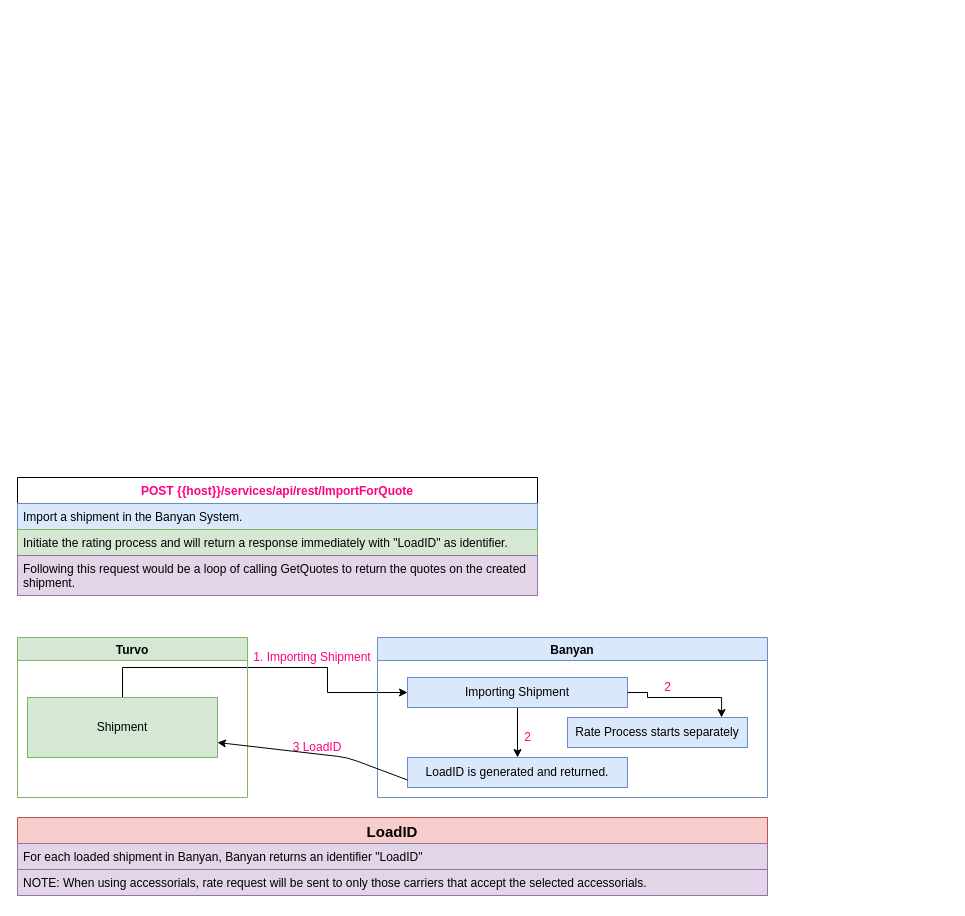
The draw.io diagram page "01. /services/api/rest/ImportForQuote" (1 of 4) of Documents.drawio in jatinbansalprogrammer/Banyan, before the edit. Source tidied: cells renumbered, new cells numbered last; positions are measured from the earlier drawing's top-left corner, leaving out a move shared by most shapes. Both pictures are drawn from the tidied source at 100%, with x=0, y=0 at pixel (17, 477).
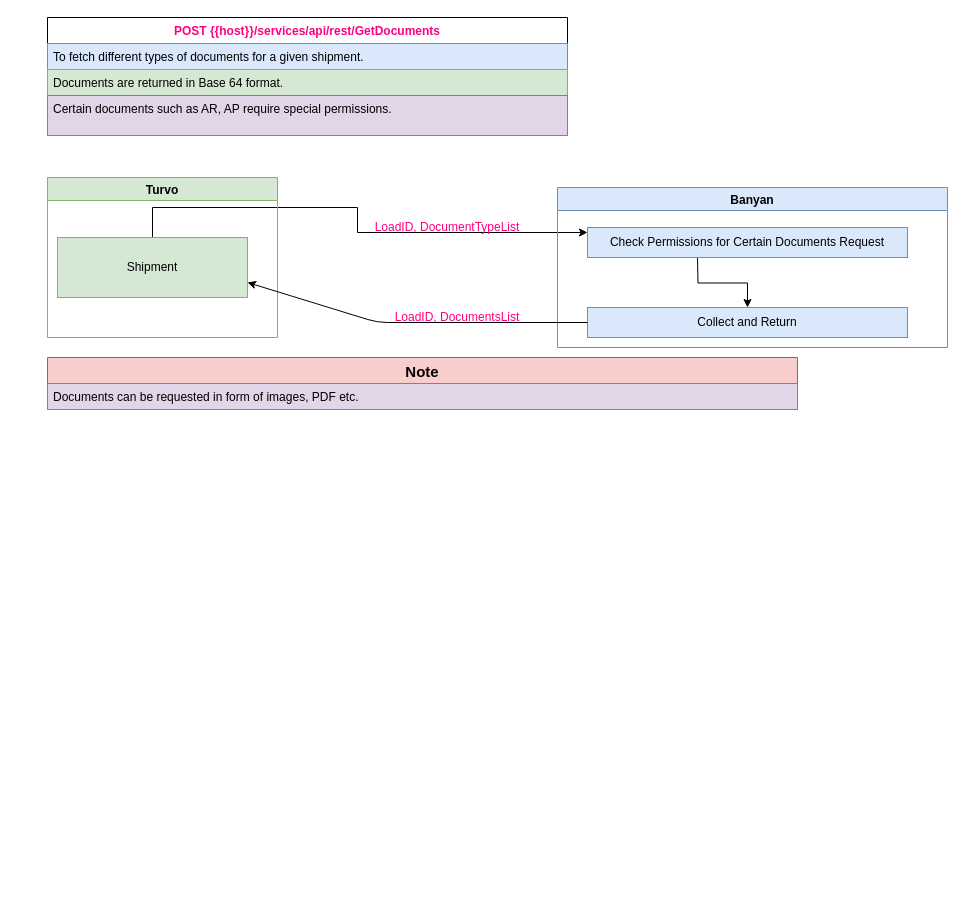
The same page after the edit.

Unchanged cells that the change refers to:
```xml
<mxCell id="21" value="Shipment" style="rounded=0;whiteSpace=wrap;html=1;fillColor=#d5e8d4;strokeColor=#82b366;" parent="20" vertex="1">
  <mxGeometry x="10" y="60" width="190" height="60" as="geometry" />
</mxCell>
```

The edit, as a diff of the source:
```diff
@@
-    <mxCell id="2" value="POST {{host}}/services/api/rest/ImportForQuote" style="swimlane;fontStyle=1;horizontal=1;startSize=26;fontColor=#FF0080;" parent="1" vertex="1">
-      <mxGeometry width="520" height="118" as="geometry" />
+    <mxCell id="2" value="POST {{host}}/services/api/rest/GetDocuments" style="swimlane;fontStyle=1;horizontal=1;startSize=26;fontColor=#FF0080;" parent="1" vertex="1">
+      <mxGeometry x="30" y="-460" width="520" height="118" as="geometry" />
     </mxCell>
-    <mxCell id="3" value="Import a shipment in the Banyan System." style="text;strokeColor=#6c8ebf;fillColor=#dae8fc;align=left;verticalAlign=top;spacingLeft=4;spacingRight=4;overflow=hidden;" parent="2" vertex="1">
+    <mxCell id="3" value="To fetch different types of documents for a given shipment." style="text;strokeColor=#6c8ebf;fillColor=#dae8fc;align=left;verticalAlign=top;spacingLeft=4;spacingRight=4;overflow=hidden;" parent="2" vertex="1">
       <mxGeometry y="26" width="520" height="26" as="geometry" />
     </mxCell>
-    <mxCell id="4" value="Initiate the rating process and will return a response immediately with &quot;LoadID&quot; as identifier." style="text;strokeColor=#82b366;fillColor=#d5e8d4;align=left;verticalAlign=top;spacingLeft=4;spacingRight=4;overflow=hidden;" parent="2" vertex="1">
+    <mxCell id="4" value="Documents are returned in Base 64 format." style="text;strokeColor=#82b366;fillColor=#d5e8d4;align=left;verticalAlign=top;spacingLeft=4;spacingRight=4;overflow=hidden;" parent="2" vertex="1">
       <mxGeometry y="52" width="520" height="26" as="geometry" />
     </mxCell>
-    <mxCell id="5" value="Following this request would be a loop of calling GetQuotes to return the quotes on the created shipment." style="text;strokeColor=#9673a6;fillColor=#e1d5e7;align=left;verticalAlign=top;spacingLeft=4;spacingRight=4;overflow=hidden;whiteSpace=wrap;" parent="2" vertex="1">
+    <mxCell id="5" value="Certain documents such as AR, AP require special permissions." style="text;strokeColor=#9673a6;fillColor=#e1d5e7;align=left;verticalAlign=top;spacingLeft=4;spacingRight=4;overflow=hidden;whiteSpace=wrap;" parent="2" vertex="1">
       <mxGeometry y="78" width="520" height="40" as="geometry" />
     </mxCell>
-    <mxCell id="6" style="edgeStyle=orthogonalEdgeStyle;rounded=0;jettySize=auto;html=1;" parent="1" edge="1" source="21" target="10">
+    <mxCell id="6" style="edgeStyle=orthogonalEdgeStyle;rounded=0;jettySize=auto;html=1;" parent="1" edge="1" source="21">
       <mxGeometry relative="1" as="geometry">
+        <mxPoint x="570" y="-245" as="targetPoint" />
         <Array as="points">
-          <mxPoint x="310" y="190" />
-          <mxPoint x="310" y="215" />
+          <mxPoint x="340" y="-270" />
+          <mxPoint x="340" y="-245" />
         </Array>
       </mxGeometry>
     </mxCell>
-    <mxCell id="7" value="1. Importing Shipment" style="text;html=1;strokeColor=none;fillColor=none;align=center;verticalAlign=middle;whiteSpace=wrap;rounded=0;fontColor=#FF0080;" parent="1" vertex="1">
-      <mxGeometry x="230" y="170" width="130" height="20" as="geometry" />
+    <mxCell id="7" value="LoadID, DocumentTypeList" style="text;html=1;strokeColor=none;fillColor=none;align=center;verticalAlign=middle;whiteSpace=wrap;rounded=0;fontColor=#FF0080;" parent="1" vertex="1">
+      <mxGeometry x="310" y="-260" width="240" height="20" as="geometry" />
     </mxCell>
     <mxCell id="8" value="Banyan" style="swimlane;startSize=23;fillColor=#dae8fc;strokeColor=#6c8ebf;labelBackgroundColor=none;" parent="1" vertex="1">
-      <mxGeometry x="360" y="160" width="390" height="160" as="geometry" />
+      <mxGeometry x="540" y="-290" width="390" height="160" as="geometry" />
     </mxCell>
-    <mxCell id="9" style="edgeStyle=orthogonalEdgeStyle;rounded=0;jettySize=auto;html=1;entryX=0.5;entryY=0;entryDx=0;entryDy=0;" parent="8" edge="1" source="10" target="11">
-      <mxGeometry relative="1" as="geometry" />
+    <mxCell id="9" style="edgeStyle=orthogonalEdgeStyle;rounded=0;jettySize=auto;html=1;entryX=0.5;entryY=0;entryDx=0;entryDy=0;" parent="8" edge="1" target="11">
+      <mxGeometry relative="1" as="geometry">
+        <mxPoint x="140" y="70" as="sourcePoint" />
+      </mxGeometry>
     </mxCell>
-    <mxCell id="10" value="Importing Shipment" style="rounded=0;whiteSpace=wrap;html=1;fillColor=#dae8fc;strokeColor=#6c8ebf;" parent="8" vertex="1">
-      <mxGeometry x="30" y="40" width="220" height="30" as="geometry" />
-    </mxCell>
-    <mxCell id="11" value="LoadID is generated and returned." style="rounded=0;whiteSpace=wrap;html=1;fillColor=#dae8fc;strokeColor=#6c8ebf;" parent="8" vertex="1">
-      <mxGeometry x="30" y="120" width="220" height="30" as="geometry" />
+    <mxCell id="11" value="Collect and Return" style="rounded=0;whiteSpace=wrap;html=1;fillColor=#dae8fc;strokeColor=#6c8ebf;" parent="8" vertex="1">
+      <mxGeometry x="30" y="120" width="320" height="30" as="geometry" />
     </mxCell>
-    <mxCell id="12" value="&lt;font color=&quot;#ff0080&quot;&gt;2&lt;/font&gt;" style="text;html=1;align=center;verticalAlign=middle;strokeColor=none;" parent="8" vertex="1">
-      <mxGeometry x="140" y="90" width="20" height="20" as="geometry" />
-    </mxCell>
-    <mxCell id="13" value="Rate Process starts separately" style="rounded=0;whiteSpace=wrap;html=1;fillColor=#dae8fc;strokeColor=#6c8ebf;" parent="1" vertex="1">
-      <mxGeometry x="550" y="240" width="180" height="30" as="geometry" />
+    <mxCell id="13" value="Check Permissions for Certain Documents Request" style="rounded=0;whiteSpace=wrap;html=1;fillColor=#dae8fc;strokeColor=#6c8ebf;" parent="8" vertex="1">
+      <mxGeometry x="30" y="40" width="320" height="30" as="geometry" />
     </mxCell>
-    <mxCell id="14" style="edgeStyle=orthogonalEdgeStyle;rounded=0;jettySize=auto;html=1;entryX=0.856;entryY=0;entryDx=0;entryDy=0;entryPerimeter=0;" parent="1" edge="1" source="10" target="13">
-      <mxGeometry relative="1" as="geometry">
-        <Array as="points">
-          <mxPoint x="630" y="215" />
-          <mxPoint x="630" y="220" />
-          <mxPoint x="704" y="220" />
-        </Array>
-      </mxGeometry>
-    </mxCell>
-    <mxCell id="15" value="3 LoadID" style="text;html=1;strokeColor=none;fillColor=none;align=center;verticalAlign=middle;whiteSpace=wrap;rounded=0;fontColor=#FF0080;" parent="1" vertex="1">
-      <mxGeometry x="240" y="260" width="120" height="20" as="geometry" />
+    <mxCell id="15" value="LoadID, DocumentsList" style="text;html=1;strokeColor=none;fillColor=none;align=center;verticalAlign=middle;whiteSpace=wrap;rounded=0;fontColor=#FF0080;" parent="1" vertex="1">
+      <mxGeometry x="350" y="-170" width="180" height="20" as="geometry" />
     </mxCell>
-    <mxCell id="16" value="&lt;font color=&quot;#ff0080&quot;&gt;2&lt;/font&gt;" style="text;html=1;align=center;verticalAlign=middle;strokeColor=none;" parent="1" vertex="1">
-      <mxGeometry x="640" y="200" width="20" height="20" as="geometry" />
-    </mxCell>
-    <mxCell id="17" value="LoadID" style="swimlane;fontStyle=1;horizontal=1;startSize=26;fontSize=15;align=center;fillColor=#f8cecc;strokeColor=#b85450;" parent="1" vertex="1">
-      <mxGeometry y="340" width="750" height="52" as="geometry" />
+    <mxCell id="17" value="Note" style="swimlane;fontStyle=1;horizontal=1;startSize=26;fontSize=15;align=center;fillColor=#f8cecc;strokeColor=#b85450;" parent="1" vertex="1">
+      <mxGeometry x="30" y="-120" width="750" height="52" as="geometry" />
     </mxCell>
-    <mxCell id="18" value="For each loaded shipment in Banyan, Banyan returns an identifier &quot;LoadID&quot;" style="text;strokeColor=#9673a6;fillColor=#e1d5e7;align=left;verticalAlign=top;spacingLeft=4;spacingRight=4;overflow=hidden;" parent="17" vertex="1">
+    <mxCell id="18" value="Documents can be requested in form of images, PDF etc." style="text;strokeColor=#9673a6;fillColor=#e1d5e7;align=left;verticalAlign=top;spacingLeft=4;spacingRight=4;overflow=hidden;" parent="17" vertex="1">
       <mxGeometry y="26" width="750" height="26" as="geometry" />
     </mxCell>
-    <mxCell id="19" value="NOTE: When using accessorials, rate request will be sent to only those carriers that accept the selected accessorials." style="text;strokeColor=#9673a6;fillColor=#e1d5e7;align=left;verticalAlign=top;spacingLeft=4;spacingRight=4;overflow=hidden;" parent="1" vertex="1">
-      <mxGeometry y="392" width="750" height="26" as="geometry" />
-    </mxCell>
     <mxCell id="20" value="Turvo" style="swimlane;align=center;fillColor=#d5e8d4;strokeColor=#82b366;" parent="1" vertex="1">
-      <mxGeometry y="160" width="230" height="160" as="geometry" />
+      <mxGeometry x="30" y="-300" width="230" height="160" as="geometry" />
     </mxCell>
@@
-    <mxCell id="22" style="endArrow=classic;html=1;exitX=0;exitY=0.75;exitDx=0;exitDy=0;entryX=1;entryY=0.75;entryDx=0;entryDy=0;" parent="1" edge="1" source="11" target="21">
+    <mxCell id="22" style="endArrow=classic;html=1;exitX=0;exitY=0.5;exitDx=0;exitDy=0;entryX=1;entryY=0.75;entryDx=0;entryDy=0;" parent="1" edge="1" source="11" target="21">
       <mxGeometry relative="1" as="geometry">
         <Array as="points">
-          <mxPoint x="330" y="280" />
+          <mxPoint x="360" y="-155" />
         </Array>
       </mxGeometry>
     </mxCell>
```
